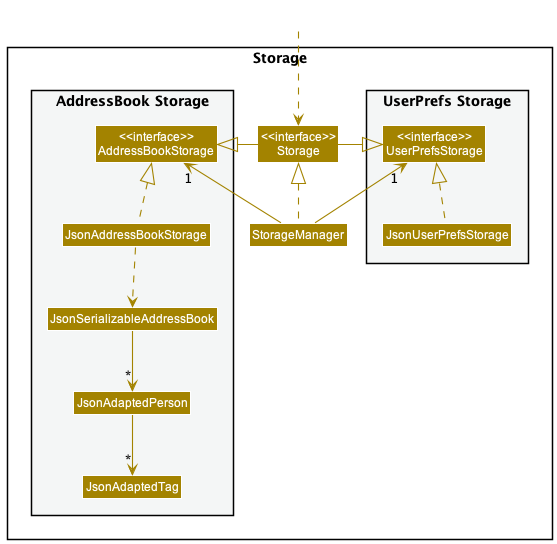
This is docs/images/StorageClassDiagram.png from nus-cs2103-AY2223S1/tp, a PlantUML export, as it was before one commit.
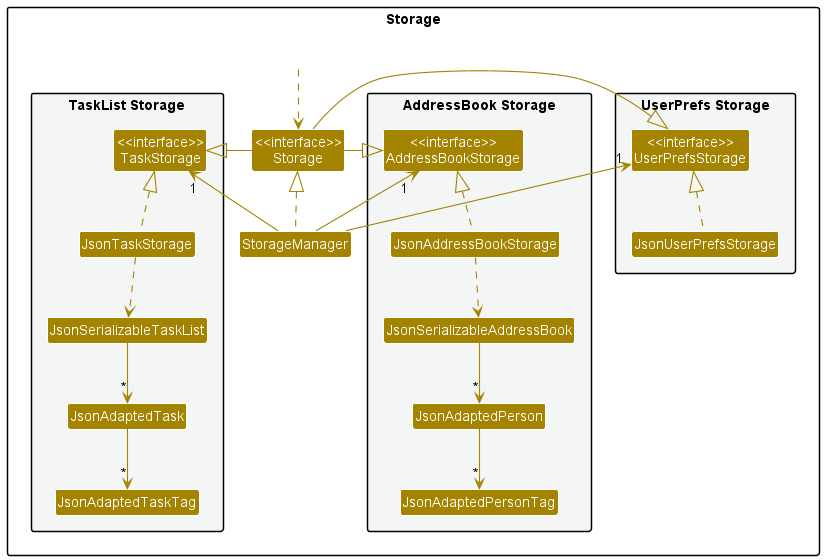
Later version of the same file.

Diff of the diagram source:
```diff
@@ -19,9 +19,15 @@
 Class JsonAddressBookStorage
 Class JsonSerializableAddressBook
 Class JsonAdaptedPerson
-Class JsonAdaptedTag
+Class JsonAdaptedPersonTag
 }
 
+package "TaskList Storage" #F4F6F6 {
+Class "<<interface>>\nTaskStorage" as TaskStorage
+Class JsonTaskStorage
+Class JsonSerializableTaskList
+Class JsonAdaptedTask
+Class JsonAdaptedTaskTag
 }
 
 Class HiddenOutside #FFFFFF
@@ -30,14 +36,20 @@
 StorageManager .up.|> Storage
 StorageManager -up-> "1" UserPrefsStorage
 StorageManager -up-> "1" AddressBookStorage
+StorageManager -up-> "1" TaskStorage
 
 Storage -left-|> UserPrefsStorage
 Storage -right-|> AddressBookStorage
+Storage -left-|> TaskStorage
 
 JsonUserPrefsStorage .up.|> UserPrefsStorage
 JsonAddressBookStorage .up.|> AddressBookStorage
+JsonTaskStorage .up.|> TaskStorage
 JsonAddressBookStorage ..> JsonSerializableAddressBook
+JsonTaskStorage ..> JsonSerializableTaskList
 JsonSerializableAddressBook --> "*" JsonAdaptedPerson
-JsonAdaptedPerson --> "*" JsonAdaptedTag
+JsonSerializableTaskList --> "*" JsonAdaptedTask
+JsonAdaptedPerson --> "*" JsonAdaptedPersonTag
+JsonAdaptedTask --> "*" JsonAdaptedTaskTag
 
 @enduml
```
